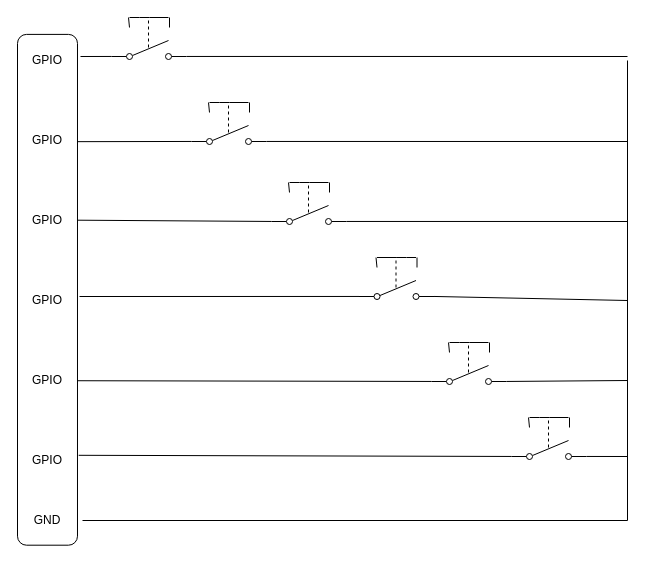
This is Schaltplan.drawio from NinoKrb/Retro-RasperryPi-Streetfighter, a draw.io file, before an edit. Source tidied: cells renumbered, new cells numbered last; positions are measured from the earlier drawing's top-left corner, leaving out a move shared by most shapes. Both pictures are drawn from the tidied source at 100%, with x=0, y=0 at pixel (-208, 0).
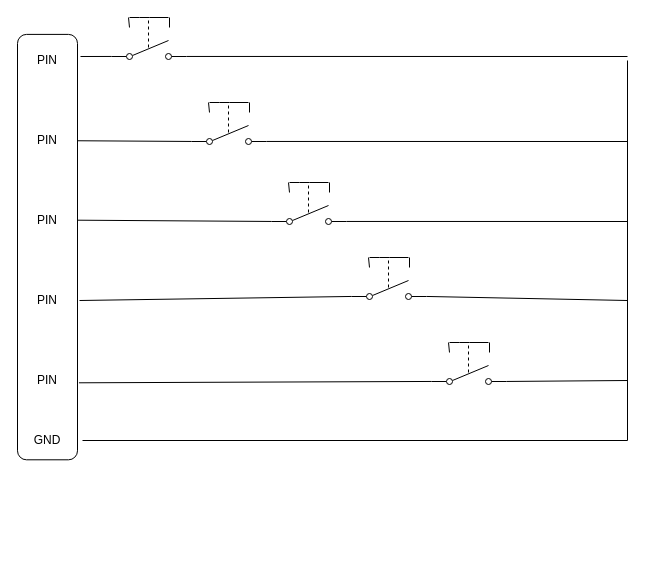
The same page after the edit.

Commit message:
Schaltplan angepasst

Unchanged cells that the change refers to:
```xml
<mxCell id="30" style="verticalLabelPosition=bottom;shadow=0;dashed=0;align=center;html=1;verticalAlign=top;shape=mxgraph.electrical.electro-mechanical.simple_switch;rotation=0;direction=east;" parent="29" vertex="1">
  <mxGeometry x="-16" y="40" width="75" height="19" as="geometry" />
</mxCell>
<mxCell id="36" style="verticalLabelPosition=bottom;shadow=0;dashed=0;align=center;html=1;verticalAlign=top;shape=mxgraph.electrical.electro-mechanical.simple_switch;rotation=0;direction=east;" parent="35" vertex="1">
  <mxGeometry x="-16" y="40" width="75" height="19" as="geometry" />
</mxCell>
<mxCell id="42" style="verticalLabelPosition=bottom;shadow=0;dashed=0;align=center;html=1;verticalAlign=top;shape=mxgraph.electrical.electro-mechanical.simple_switch;rotation=0;direction=east;" parent="41" vertex="1">
  <mxGeometry x="-16" y="40" width="75" height="19" as="geometry" />
</mxCell>
```

The edit, as a diff of the source:
```diff
@@
     <mxCell id="2" style="rounded=1;whiteSpace=wrap;html=1;rotation=90;" parent="1" vertex="1">
-      <mxGeometry x="-0.4" y="259.3" width="510.8" height="60" as="geometry" />
+      <mxGeometry x="42.3" y="216.6" width="425.4" height="60" as="geometry" />
     </mxCell>
-    <mxCell id="3" value="GPIO" style="text;html=1;strokeColor=none;fillColor=none;align=center;verticalAlign=middle;whiteSpace=wrap;rounded=0;" parent="1" vertex="1">
+    <mxCell id="3" value="PIN" style="text;html=1;strokeColor=none;fillColor=none;align=center;verticalAlign=middle;whiteSpace=wrap;rounded=0;" parent="1" vertex="1">
       <mxGeometry x="235" y="130" width="40" height="20" as="geometry" />
     </mxCell>
-    <mxCell id="4" value="GPIO" style="text;html=1;strokeColor=none;fillColor=none;align=center;verticalAlign=middle;whiteSpace=wrap;rounded=0;" parent="1" vertex="1">
+    <mxCell id="4" value="PIN" style="text;html=1;strokeColor=none;fillColor=none;align=center;verticalAlign=middle;whiteSpace=wrap;rounded=0;" parent="1" vertex="1">
       <mxGeometry x="235" y="290" width="40" height="20" as="geometry" />
     </mxCell>
     <mxCell id="5" value="GND" style="text;html=1;strokeColor=none;fillColor=none;align=center;verticalAlign=middle;whiteSpace=wrap;rounded=0;" parent="1" vertex="1">
-      <mxGeometry x="235" y="510" width="40" height="20" as="geometry" />
+      <mxGeometry x="235" y="430" width="40" height="20" as="geometry" />
     </mxCell>
-    <mxCell id="6" value="GPIO" style="text;html=1;strokeColor=none;fillColor=none;align=center;verticalAlign=middle;whiteSpace=wrap;rounded=0;" parent="1" vertex="1">
+    <mxCell id="6" value="PIN" style="text;html=1;strokeColor=none;fillColor=none;align=center;verticalAlign=middle;whiteSpace=wrap;rounded=0;" parent="1" vertex="1">
       <mxGeometry x="235" y="370" width="40" height="20" as="geometry" />
     </mxCell>
-    <mxCell id="7" value="GPIO" style="text;html=1;strokeColor=none;fillColor=none;align=center;verticalAlign=middle;whiteSpace=wrap;rounded=0;" parent="1" vertex="1">
-      <mxGeometry x="235" y="450" width="40" height="20" as="geometry" />
-    </mxCell>
-    <mxCell id="8" value="GPIO" style="text;html=1;strokeColor=none;fillColor=none;align=center;verticalAlign=middle;whiteSpace=wrap;rounded=0;" parent="1" vertex="1">
+    <mxCell id="8" value="PIN" style="text;html=1;strokeColor=none;fillColor=none;align=center;verticalAlign=middle;whiteSpace=wrap;rounded=0;" parent="1" vertex="1">
       <mxGeometry x="235" y="210" width="40" height="20" as="geometry" />
     </mxCell>
-    <mxCell id="9" value="GPIO" style="text;html=1;strokeColor=none;fillColor=none;align=center;verticalAlign=middle;whiteSpace=wrap;rounded=0;" parent="1" vertex="1">
+    <mxCell id="9" value="PIN" style="text;html=1;strokeColor=none;fillColor=none;align=center;verticalAlign=middle;whiteSpace=wrap;rounded=0;" parent="1" vertex="1">
       <mxGeometry x="235" y="50" width="40" height="20" as="geometry" />
     </mxCell>
@@
-    <mxCell id="11" style="endArrow=none;html=1;exitX=0.21;exitY=0.007;exitDx=0;exitDy=0;exitPerimeter=0;entryX=0;entryY=0.84;entryDx=0;entryDy=0;entryPerimeter=0;" parent="1" edge="1" source="2" target="36">
+    <mxCell id="11" style="endArrow=none;html=1;exitX=0.25;exitY=0;exitDx=0;exitDy=0;entryX=0;entryY=0.84;entryDx=0;entryDy=0;entryPerimeter=0;" parent="1" edge="1" source="2" target="36">
       <mxGeometry relative="1" as="geometry" />
     </mxCell>
@@
     <mxCell id="13" style="endArrow=none;html=1;entryX=0;entryY=0.84;entryDx=0;entryDy=0;entryPerimeter=0;" parent="1" edge="1" target="30">
       <mxGeometry relative="1" as="geometry">
-        <mxPoint x="287" y="296" as="sourcePoint" />
+        <mxPoint x="287" y="300" as="sourcePoint" />
       </mxGeometry>
     </mxCell>
-    <mxCell id="14" style="endArrow=none;html=1;exitX=0.678;exitY=0.007;exitDx=0;exitDy=0;exitPerimeter=0;entryX=0;entryY=0.84;entryDx=0;entryDy=0;entryPerimeter=0;" parent="1" edge="1" source="2" target="42">
+    <mxCell id="14" style="endArrow=none;html=1;exitX=0.819;exitY=-0.024;exitDx=0;exitDy=0;exitPerimeter=0;entryX=0;entryY=0.84;entryDx=0;entryDy=0;entryPerimeter=0;" parent="1" edge="1" source="2" target="42">
       <mxGeometry relative="1" as="geometry" />
     </mxCell>
-    <mxCell id="15" style="endArrow=none;html=1;exitX=0.824;exitY=-0.02;exitDx=0;exitDy=0;exitPerimeter=0;entryX=0;entryY=0.84;entryDx=0;entryDy=0;entryPerimeter=0;" parent="1" edge="1" source="2" target="48">
-      <mxGeometry relative="1" as="geometry" />
-    </mxCell>
@@
     <mxCell id="29" style="group;direction=east;rotation=-90;" parent="1" vertex="1">
-      <mxGeometry x="582.5" y="240" width="42" height="75" as="geometry" />
+      <mxGeometry x="575" y="240" width="42" height="75" as="geometry" />
     </mxCell>
@@
-    <mxCell id="47" style="group;direction=east;rotation=-90;" parent="1" vertex="1">
-      <mxGeometry x="735" y="400" width="42" height="75" as="geometry" />
-    </mxCell>
-    <mxCell id="48" style="verticalLabelPosition=bottom;shadow=0;dashed=0;align=center;html=1;verticalAlign=top;shape=mxgraph.electrical.electro-mechanical.simple_switch;rotation=0;direction=east;" parent="47" vertex="1">
-      <mxGeometry x="-16" y="40" width="75" height="19" as="geometry" />
-    </mxCell>
-    <mxCell id="49" style="endArrow=none;html=1;" parent="47" edge="1">
-      <mxGeometry relative="1" as="geometry">
-        <mxPoint x="41" y="17" as="sourcePoint" />
-        <mxPoint x="2" y="17" as="targetPoint" />
-        <Array as="points">
-          <mxPoint x="22" y="17" />
-        </Array>
-      </mxGeometry>
-    </mxCell>
-    <mxCell id="50" style="endArrow=none;html=1;" parent="47" edge="1">
-      <mxGeometry relative="1" as="geometry">
-        <mxPoint x="2" y="27" as="sourcePoint" />
-        <mxPoint x="1" y="17" as="targetPoint" />
-      </mxGeometry>
-    </mxCell>
-    <mxCell id="51" style="endArrow=none;dashed=1;html=1;" parent="47" edge="1">
-      <mxGeometry relative="1" as="geometry">
-        <mxPoint x="21" y="47" as="sourcePoint" />
-        <mxPoint x="21" y="17" as="targetPoint" />
-      </mxGeometry>
-    </mxCell>
-    <mxCell id="52" style="endArrow=none;html=1;" parent="47" edge="1">
-      <mxGeometry relative="1" as="geometry">
-        <mxPoint x="42" y="27" as="sourcePoint" />
-        <mxPoint x="42" y="17" as="targetPoint" />
-      </mxGeometry>
-    </mxCell>
     <mxCell id="53" style="endArrow=none;html=1;" parent="1" edge="1">
       <mxGeometry relative="1" as="geometry">
-        <mxPoint x="835" y="520" as="sourcePoint" />
+        <mxPoint x="835" y="440" as="sourcePoint" />
         <mxPoint x="835" y="60" as="targetPoint" />
       </mxGeometry>
     </mxCell>
-    <mxCell id="54" style="endArrow=none;html=1;exitX=1;exitY=0.84;exitDx=0;exitDy=0;exitPerimeter=0;" parent="1" edge="1" source="48">
-      <mxGeometry relative="1" as="geometry">
-        <mxPoint x="835" y="456" as="targetPoint" />
-      </mxGeometry>
-    </mxCell>
@@
     <mxCell id="59" style="endArrow=none;html=1;" parent="1" edge="1">
       <mxGeometry relative="1" as="geometry">
-        <mxPoint x="290" y="520" as="sourcePoint" />
-        <mxPoint x="835" y="520" as="targetPoint" />
+        <mxPoint x="290" y="440" as="sourcePoint" />
+        <mxPoint x="835" y="440" as="targetPoint" />
       </mxGeometry>
     </mxCell>
```
